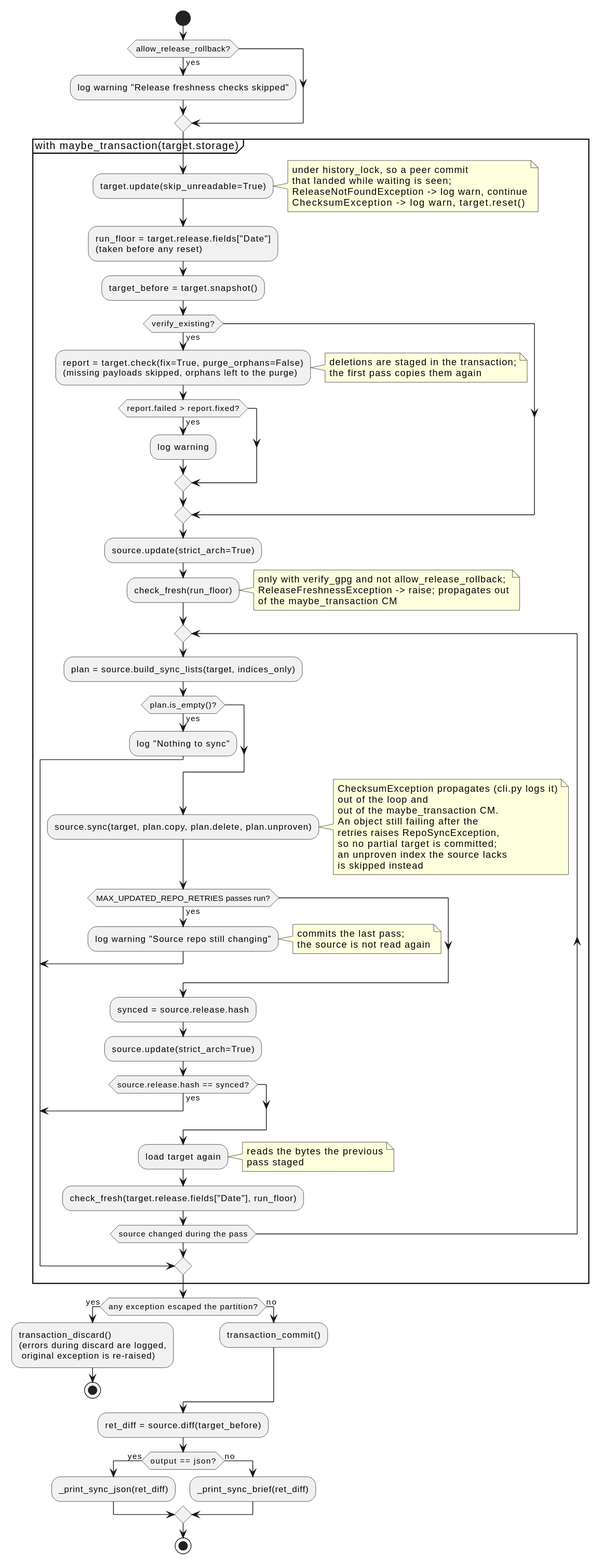
This is docs/development/diagrams/action-sync-activity.svg from vinklat/debkit, a PlantUML export, as it was before one commit. Its source is kept beside it as docs/development/diagrams/action-sync-activity.puml.
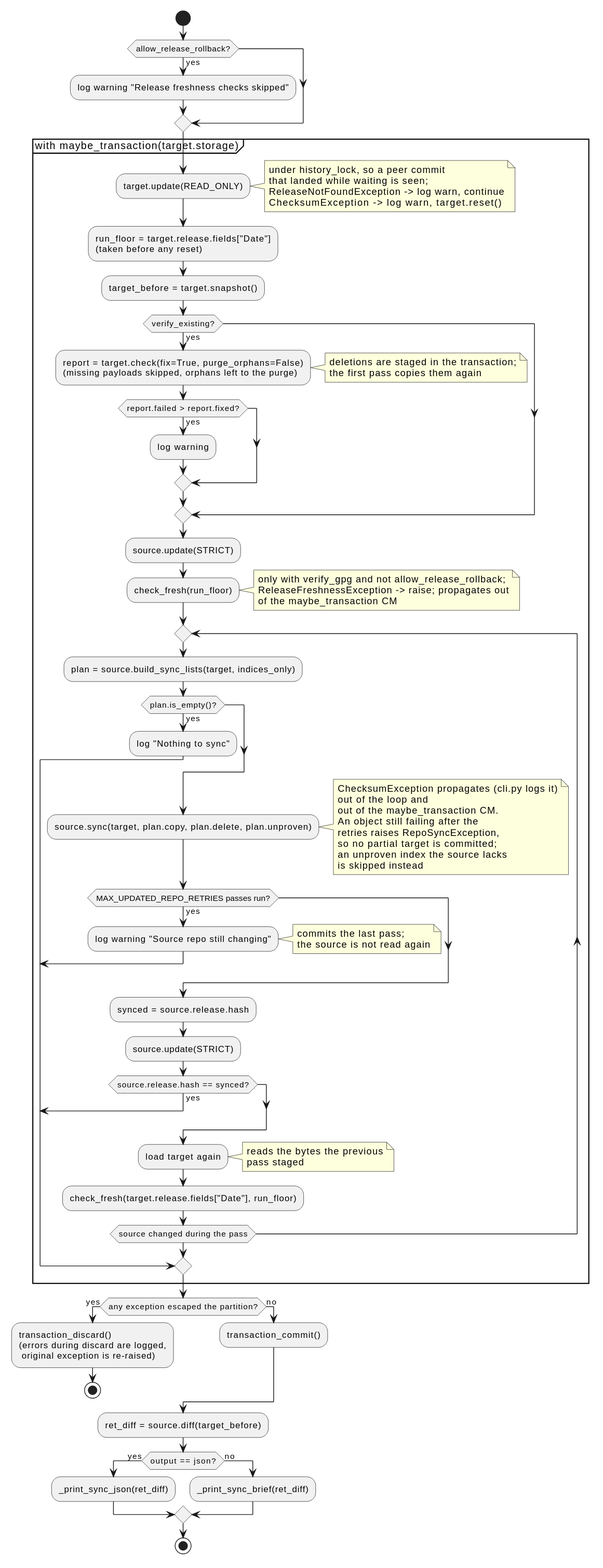
The same diagram one commit later.

The edit, as a diff of the source:
```diff
@@ -5,7 +5,7 @@
 endif
 
 partition "with maybe_transaction(target.storage)" {
-  :target.update(skip_unreadable=True);
+  :target.update(READ_ONLY);
   note right
     under history_lock, so a peer commit
     that landed while waiting is seen;
@@ -26,7 +26,7 @@
       :log warning;
     endif
   endif
-  :source.update(strict_arch=True);
+  :source.update(STRICT);
   :check_fresh(run_floor);
   note right
     only with verify_gpg and not allow_release_rollback;
@@ -56,7 +56,7 @@
       break
     endif
     :synced = source.release.hash;
-    :source.update(strict_arch=True);
+    :source.update(STRICT);
     if (source.release.hash == synced?) then (yes)
       break
     endif
```
